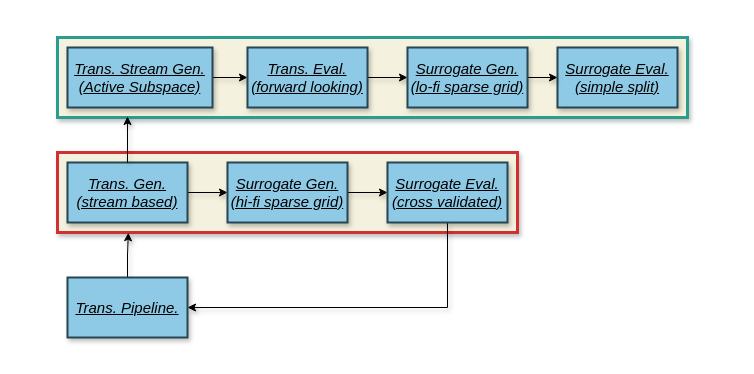
Earlier version of the draw.io diagram graphics/PipelineExample.drawio (crschnick/Master-Thesis). Source tidied: cells renumbered, new cells numbered last; positions are measured from the earlier drawing's top-left corner, leaving out a move shared by most shapes. Both pictures are drawn from the tidied source at 100%, with x=0, y=0 at pixel (17, 17).
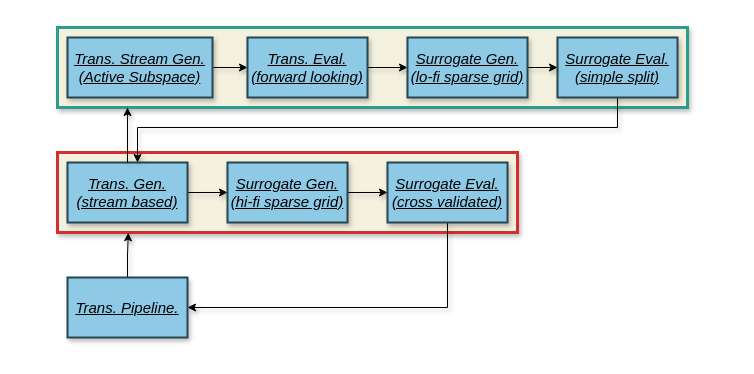
The same page after the edit.

Unchanged cells that the change refers to:
```xml
<mxCell id="3" style="swimlane;sketch=0;startSize=23;swimlaneLine=1;strokeWidth=3;strokeColor=none;fillColor=none;" parent="1" vertex="1">
  <mxGeometry width="720" height="340" as="geometry" />
</mxCell>
<mxCell id="6" value="&lt;u&gt;&lt;i&gt;Trans. Gen.&lt;br&gt;(stream based)&lt;/i&gt;&lt;/u&gt;&lt;i style=&quot;font-size: 15px&quot;&gt;&lt;u style=&quot;font-size: 15px&quot;&gt;&lt;br style=&quot;font-size: 15px&quot;&gt;&lt;/u&gt;&lt;/i&gt;" style="rounded=0;whiteSpace=wrap;html=1;sketch=0;fillColor=#8ecae6;strokeColor=#264653;fontSize=15;shadow=1;strokeWidth=2;glass=0;" parent="3" vertex="1">
  <mxGeometry x="50" y="145" width="120" height="60" as="geometry" />
</mxCell>
```

Change to the diagram source:
```diff
@@
     <mxCell id="2" style="rounded=0;whiteSpace=wrap;html=1;fillColor=#F4F1DE;strokeColor=#2A9D8F;fontColor=#333333;strokeWidth=3;shadow=1;" parent="1" vertex="1">
-      <mxGeometry x="40" y="20" width="630" height="80" as="geometry" />
+      <mxGeometry x="40" y="10" width="630" height="80" as="geometry" />
     </mxCell>
@@
     <mxCell id="8" value="&lt;u&gt;&lt;i&gt;Trans. Stream Gen. (&lt;/i&gt;&lt;/u&gt;&lt;u&gt;&lt;i&gt;Active Subspace)&lt;/i&gt;&lt;/u&gt;&lt;i style=&quot;font-size: 15px&quot;&gt;&lt;u style=&quot;font-size: 15px&quot;&gt;&lt;br style=&quot;font-size: 15px&quot;&gt;&lt;/u&gt;&lt;/i&gt;" style="rounded=0;whiteSpace=wrap;html=1;sketch=0;fillColor=#8ecae6;strokeColor=#264653;fontSize=15;shadow=1;strokeWidth=2;glass=0;" parent="3" vertex="1">
-      <mxGeometry x="50" y="30" width="145" height="60" as="geometry" />
+      <mxGeometry x="50" y="20" width="145" height="60" as="geometry" />
     </mxCell>
@@
     <mxCell id="10" value="&lt;u&gt;&lt;i&gt;Trans. Eval.&lt;br&gt;(forward looking)&lt;/i&gt;&lt;/u&gt;&lt;i style=&quot;font-size: 15px&quot;&gt;&lt;u style=&quot;font-size: 15px&quot;&gt;&lt;br style=&quot;font-size: 15px&quot;&gt;&lt;/u&gt;&lt;/i&gt;" style="rounded=0;whiteSpace=wrap;html=1;sketch=0;fillColor=#8ecae6;strokeColor=#264653;fontSize=15;shadow=1;strokeWidth=2;glass=0;" parent="3" vertex="1">
-      <mxGeometry x="230" y="30" width="120" height="60" as="geometry" />
+      <mxGeometry x="230" y="20" width="120" height="60" as="geometry" />
     </mxCell>
+    <mxCell id="21" style="edgeStyle=orthogonalEdgeStyle;rounded=0;jettySize=auto;html=1;startArrow=none;startFill=0;shadow=1;" parent="3" edge="1" source="11">
+      <mxGeometry relative="1" as="geometry">
+        <mxPoint x="120" y="145" as="targetPoint" />
+        <Array as="points">
+          <mxPoint x="600" y="110" />
+          <mxPoint x="120" y="110" />
+        </Array>
+      </mxGeometry>
+    </mxCell>
     <mxCell id="11" value="&lt;i style=&quot;font-size: 15px&quot;&gt;&lt;u style=&quot;font-size: 15px&quot;&gt;Surrogate Eval.&lt;br&gt;(simple split)&lt;br style=&quot;font-size: 15px&quot;&gt;&lt;/u&gt;&lt;/i&gt;" style="rounded=0;whiteSpace=wrap;html=1;sketch=0;fillColor=#8ecae6;strokeColor=#264653;fontSize=15;shadow=1;strokeWidth=2;glass=0;" parent="3" vertex="1">
-      <mxGeometry x="540" y="30" width="120" height="60" as="geometry" />
+      <mxGeometry x="540" y="20" width="120" height="60" as="geometry" />
     </mxCell>
@@
     <mxCell id="13" value="&lt;u&gt;&lt;i&gt;Surrogate Gen.&lt;br&gt;(lo-fi sparse grid)&lt;/i&gt;&lt;/u&gt;&lt;i style=&quot;font-size: 15px&quot;&gt;&lt;u style=&quot;font-size: 15px&quot;&gt;&lt;br style=&quot;font-size: 15px&quot;&gt;&lt;/u&gt;&lt;/i&gt;" style="rounded=0;whiteSpace=wrap;html=1;sketch=0;fillColor=#8ecae6;strokeColor=#264653;fontSize=15;shadow=1;strokeWidth=2;glass=0;" parent="3" vertex="1">
-      <mxGeometry x="390" y="30" width="120" height="60" as="geometry" />
+      <mxGeometry x="390" y="20" width="120" height="60" as="geometry" />
     </mxCell>
@@
     <mxCell id="20" style="edgeStyle=orthogonalEdgeStyle;rounded=0;jettySize=auto;html=1;shadow=1;" parent="1" edge="1" source="6">
       <mxGeometry relative="1" as="geometry">
-        <mxPoint x="110" y="99" as="targetPoint" />
+        <mxPoint x="110" y="90" as="targetPoint" />
         <Array as="points">
           <mxPoint x="110" y="99" />
         </Array>
       </mxGeometry>
     </mxCell>
```
